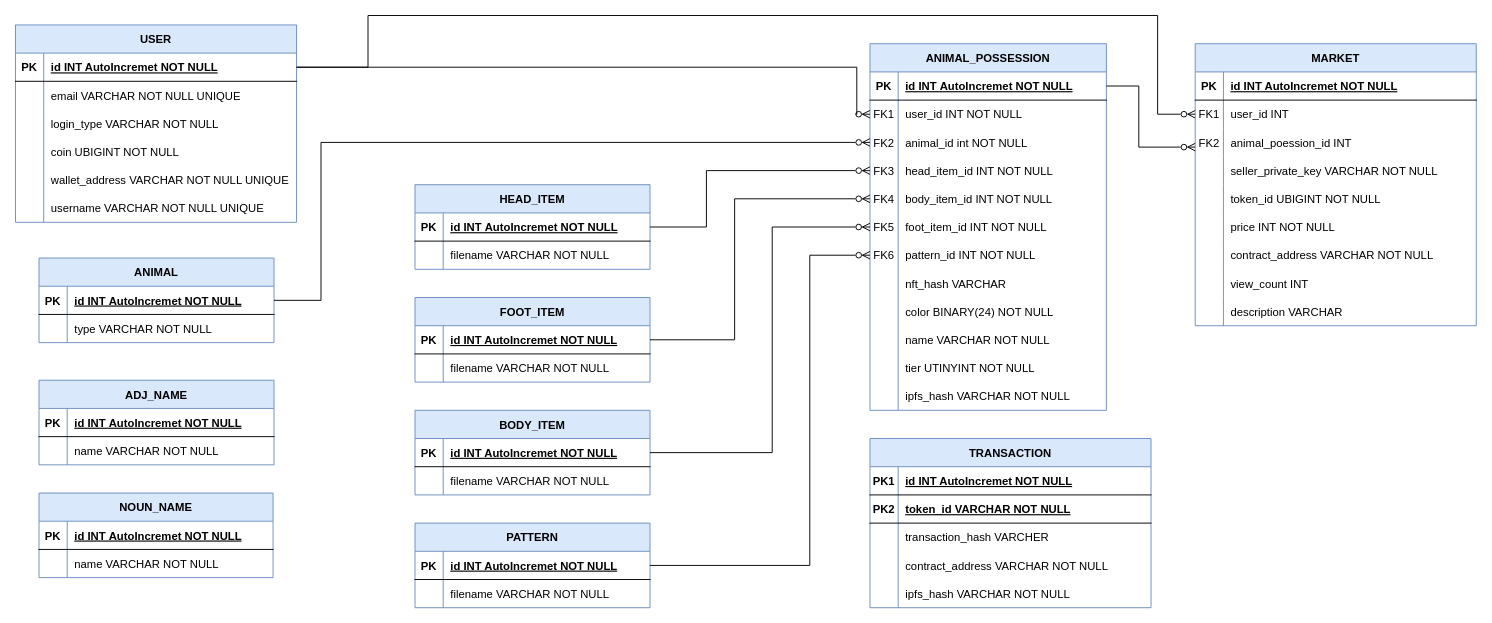
Earlier version of the draw.io diagram docs/BLUE_HAT_ERD.drawio (Blue-Hat-Games/bluehat_server). Source tidied: cells renumbered, new cells numbered last; positions are measured from the earlier drawing's top-left corner, leaving out a move shared by most shapes. Both pictures are drawn from the tidied source at 94%, with x=0, y=0 at pixel (15, 15).
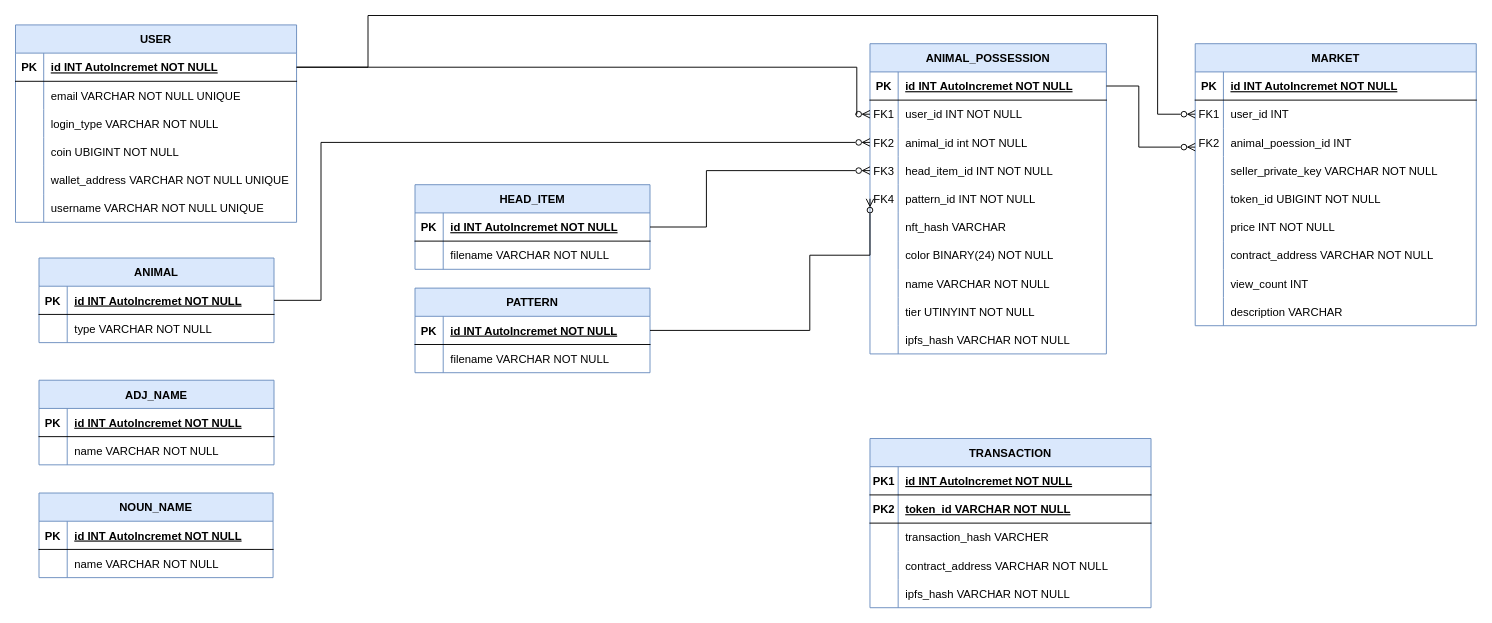
Above is the later version.

Unchanged cells that the change refers to:
```xml
<mxCell id="88" style="shape=partialRectangle;fillColor=none;points=[[0,0.5],[1,0.5]];portConstraint=eastwest;top=0;left=0;right=0;bottom=1;" parent="87" vertex="1">
  <mxGeometry y="30" width="250" height="30" as="geometry" />
</mxCell>
```

Change to the diagram source:
```diff
@@
     <mxCell id="9" value="ANIMAL_POSSESSION" style="shape=table;startSize=30;childLayout=tableLayout;rowLines=0;fontStyle=1;align=center;fillColor=#dae8fc;strokeColor=#6c8ebf;" parent="1" vertex="1">
-      <mxGeometry x="909" y="30" width="251.5" height="390" as="geometry" />
+      <mxGeometry x="909" y="30" width="251.5" height="330" as="geometry" />
     </mxCell>
@@
-    <mxCell id="22" style="shape=partialRectangle;fillColor=none;points=[[0,0.5],[1,0.5]];portConstraint=eastwest;top=0;left=0;right=0;bottom=0;" parent="9" vertex="1">
-      <mxGeometry y="150" width="251.5" height="30" as="geometry" />
-    </mxCell>
-    <mxCell id="23" value="FK4" style="shape=partialRectangle;overflow=hidden;fillColor=none;top=0;left=0;bottom=0;right=0;" parent="22" vertex="1">
-      <mxGeometry width="30" height="30" as="geometry" />
-    </mxCell>
-    <mxCell id="24" value="body_item_id INT NOT NULL" style="shape=partialRectangle;overflow=hidden;fillColor=none;top=0;left=0;bottom=0;right=0;align=left;spacingLeft=6;" parent="22" vertex="1">
-      <mxGeometry x="30" width="221.5" height="30" as="geometry" />
-    </mxCell>
-    <mxCell id="25" style="shape=partialRectangle;fillColor=none;points=[[0,0.5],[1,0.5]];portConstraint=eastwest;top=0;left=0;right=0;bottom=0;" parent="9" vertex="1">
-      <mxGeometry y="180" width="251.5" height="30" as="geometry" />
-    </mxCell>
-    <mxCell id="26" value="FK5" style="shape=partialRectangle;overflow=hidden;fillColor=none;top=0;left=0;bottom=0;right=0;" parent="25" vertex="1">
-      <mxGeometry width="30" height="30" as="geometry" />
-    </mxCell>
-    <mxCell id="27" value="foot_item_id INT NOT NULL" style="shape=partialRectangle;overflow=hidden;fillColor=none;top=0;left=0;bottom=0;right=0;align=left;spacingLeft=6;" parent="25" vertex="1">
-      <mxGeometry x="30" width="221.5" height="30" as="geometry" />
-    </mxCell>
     <mxCell id="28" style="shape=partialRectangle;fillColor=none;points=[[0,0.5],[1,0.5]];portConstraint=eastwest;top=0;left=0;right=0;bottom=0;" parent="9" vertex="1">
-      <mxGeometry y="210" width="251.5" height="30" as="geometry" />
+      <mxGeometry y="150" width="251.5" height="30" as="geometry" />
     </mxCell>
-    <mxCell id="29" value="FK6" style="shape=partialRectangle;overflow=hidden;fillColor=none;top=0;left=0;bottom=0;right=0;" parent="28" vertex="1">
+    <mxCell id="29" value="FK4" style="shape=partialRectangle;overflow=hidden;fillColor=none;top=0;left=0;bottom=0;right=0;" parent="28" vertex="1">
       <mxGeometry width="30" height="30" as="geometry" />
     </mxCell>
@@
     <mxCell id="31" style="shape=partialRectangle;fillColor=none;top=0;left=0;right=0;bottom=0;" parent="9" vertex="1">
-      <mxGeometry y="240" width="251.5" height="30" as="geometry" />
+      <mxGeometry y="180" width="251.5" height="30" as="geometry" />
     </mxCell>
@@
     <mxCell id="34" style="shape=partialRectangle;fillColor=none;top=0;left=0;right=0;bottom=0;" parent="9" vertex="1">
-      <mxGeometry y="270" width="251.5" height="30" as="geometry" />
+      <mxGeometry y="210" width="251.5" height="30" as="geometry" />
     </mxCell>
@@
     <mxCell id="37" style="shape=partialRectangle;fillColor=none;top=0;left=0;right=0;bottom=0;" parent="9" vertex="1">
-      <mxGeometry y="300" width="251.5" height="30" as="geometry" />
+      <mxGeometry y="240" width="251.5" height="30" as="geometry" />
     </mxCell>
@@
     <mxCell id="40" style="shape=partialRectangle;fillColor=none;top=0;left=0;right=0;bottom=0;" parent="9" vertex="1">
-      <mxGeometry y="330" width="251.5" height="30" as="geometry" />
+      <mxGeometry y="270" width="251.5" height="30" as="geometry" />
     </mxCell>
@@
     <mxCell id="43" style="shape=partialRectangle;fillColor=none;top=0;left=0;right=0;bottom=0;" parent="9" vertex="1">
-      <mxGeometry y="360" width="251.5" height="30" as="geometry" />
+      <mxGeometry y="300" width="251.5" height="30" as="geometry" />
     </mxCell>
@@
-    <mxCell id="73" value="FOOT_ITEM" style="shape=table;startSize=30;childLayout=tableLayout;rowLines=0;fontStyle=1;align=center;fillColor=#dae8fc;strokeColor=#6c8ebf;" parent="1" vertex="1">
-      <mxGeometry x="425" y="300" width="250" height="90" as="geometry" />
-    </mxCell>
-    <mxCell id="74" style="shape=partialRectangle;fillColor=none;points=[[0,0.5],[1,0.5]];portConstraint=eastwest;top=0;left=0;right=0;bottom=1;" parent="73" vertex="1">
-      <mxGeometry y="30" width="250" height="30" as="geometry" />
-    </mxCell>
-    <mxCell id="75" value="PK" style="shape=partialRectangle;overflow=hidden;fillColor=none;top=0;left=0;bottom=0;right=0;fontStyle=1;" parent="74" vertex="1">
-      <mxGeometry width="30" height="30" as="geometry" />
-    </mxCell>
-    <mxCell id="76" value="id INT AutoIncremet NOT NULL" style="shape=partialRectangle;overflow=hidden;fillColor=none;top=0;left=0;bottom=0;right=0;align=left;spacingLeft=6;fontStyle=5;" parent="74" vertex="1">
-      <mxGeometry x="30" width="220" height="30" as="geometry" />
-    </mxCell>
-    <mxCell id="77" style="shape=partialRectangle;fillColor=none;top=0;left=0;right=0;bottom=0;" parent="73" vertex="1">
-      <mxGeometry y="60" width="250" height="30" as="geometry" />
-    </mxCell>
-    <mxCell id="78" style="shape=partialRectangle;overflow=hidden;fillColor=none;top=0;left=0;bottom=0;right=0;" parent="77" vertex="1">
-      <mxGeometry width="30" height="30" as="geometry" />
-    </mxCell>
-    <mxCell id="79" value="filename VARCHAR NOT NULL" style="shape=partialRectangle;overflow=hidden;fillColor=none;top=0;left=0;bottom=0;right=0;align=left;spacingLeft=6;" parent="77" vertex="1">
-      <mxGeometry x="30" width="220" height="30" as="geometry" />
-    </mxCell>
-    <mxCell id="80" value="BODY_ITEM" style="shape=table;startSize=30;childLayout=tableLayout;rowLines=0;fontStyle=1;align=center;fillColor=#dae8fc;strokeColor=#6c8ebf;" parent="1" vertex="1">
-      <mxGeometry x="425" y="420" width="250" height="90" as="geometry" />
-    </mxCell>
-    <mxCell id="81" style="shape=partialRectangle;fillColor=none;points=[[0,0.5],[1,0.5]];portConstraint=eastwest;top=0;left=0;right=0;bottom=1;" parent="80" vertex="1">
-      <mxGeometry y="30" width="250" height="30" as="geometry" />
-    </mxCell>
-    <mxCell id="82" value="PK" style="shape=partialRectangle;overflow=hidden;fillColor=none;top=0;left=0;bottom=0;right=0;fontStyle=1;" parent="81" vertex="1">
-      <mxGeometry width="30" height="30" as="geometry" />
-    </mxCell>
-    <mxCell id="83" value="id INT AutoIncremet NOT NULL" style="shape=partialRectangle;overflow=hidden;fillColor=none;top=0;left=0;bottom=0;right=0;align=left;spacingLeft=6;fontStyle=5;" parent="81" vertex="1">
-      <mxGeometry x="30" width="220" height="30" as="geometry" />
-    </mxCell>
-    <mxCell id="84" style="shape=partialRectangle;fillColor=none;top=0;left=0;right=0;bottom=0;" parent="80" vertex="1">
-      <mxGeometry y="60" width="250" height="30" as="geometry" />
-    </mxCell>
-    <mxCell id="85" style="shape=partialRectangle;overflow=hidden;fillColor=none;top=0;left=0;bottom=0;right=0;" parent="84" vertex="1">
-      <mxGeometry width="30" height="30" as="geometry" />
-    </mxCell>
-    <mxCell id="86" value="filename VARCHAR NOT NULL" style="shape=partialRectangle;overflow=hidden;fillColor=none;top=0;left=0;bottom=0;right=0;align=left;spacingLeft=6;" parent="84" vertex="1">
-      <mxGeometry x="30" width="220" height="30" as="geometry" />
-    </mxCell>
     <mxCell id="87" value="PATTERN" style="shape=table;startSize=30;childLayout=tableLayout;rowLines=0;fontStyle=1;align=center;fillColor=#dae8fc;strokeColor=#6c8ebf;" parent="1" vertex="1">
-      <mxGeometry x="425" y="540" width="250" height="90" as="geometry" />
+      <mxGeometry x="425" y="290" width="250" height="90" as="geometry" />
     </mxCell>
@@
-    <mxCell id="110" style="edgeStyle=orthogonalEdgeStyle;rounded=0;jettySize=auto;html=1;exitX=1;exitY=0.5;exitDx=0;exitDy=0;entryX=0;entryY=0.5;entryDx=0;entryDy=0;endArrow=ERzeroToMany;endFill=0;" parent="1" edge="1" source="74" target="22">
-      <mxGeometry relative="1" as="geometry">
-        <Array as="points">
-          <mxPoint x="765" y="345" />
-          <mxPoint x="765" y="195" />
-        </Array>
-      </mxGeometry>
-    </mxCell>
-    <mxCell id="111" style="edgeStyle=orthogonalEdgeStyle;rounded=0;jettySize=auto;html=1;exitX=1;exitY=0.5;exitDx=0;exitDy=0;endArrow=ERzeroToMany;endFill=0;" parent="1" edge="1" source="81" target="25">
-      <mxGeometry relative="1" as="geometry">
-        <Array as="points">
-          <mxPoint x="805" y="465" />
-          <mxPoint x="805" y="225" />
-        </Array>
-      </mxGeometry>
-    </mxCell>
     <mxCell id="112" style="edgeStyle=orthogonalEdgeStyle;rounded=0;jettySize=auto;html=1;exitX=1;exitY=0.5;exitDx=0;exitDy=0;entryX=0;entryY=0.5;entryDx=0;entryDy=0;endArrow=ERzeroToMany;endFill=0;" parent="1" edge="1" source="88" target="28">
       <mxGeometry relative="1" as="geometry">
         <Array as="points">
-          <mxPoint x="845" y="585" />
+          <mxPoint x="845" y="335" />
           <mxPoint x="845" y="255" />
+          <mxPoint x="909" y="255" />
         </Array>
       </mxGeometry>
     </mxCell>
```
